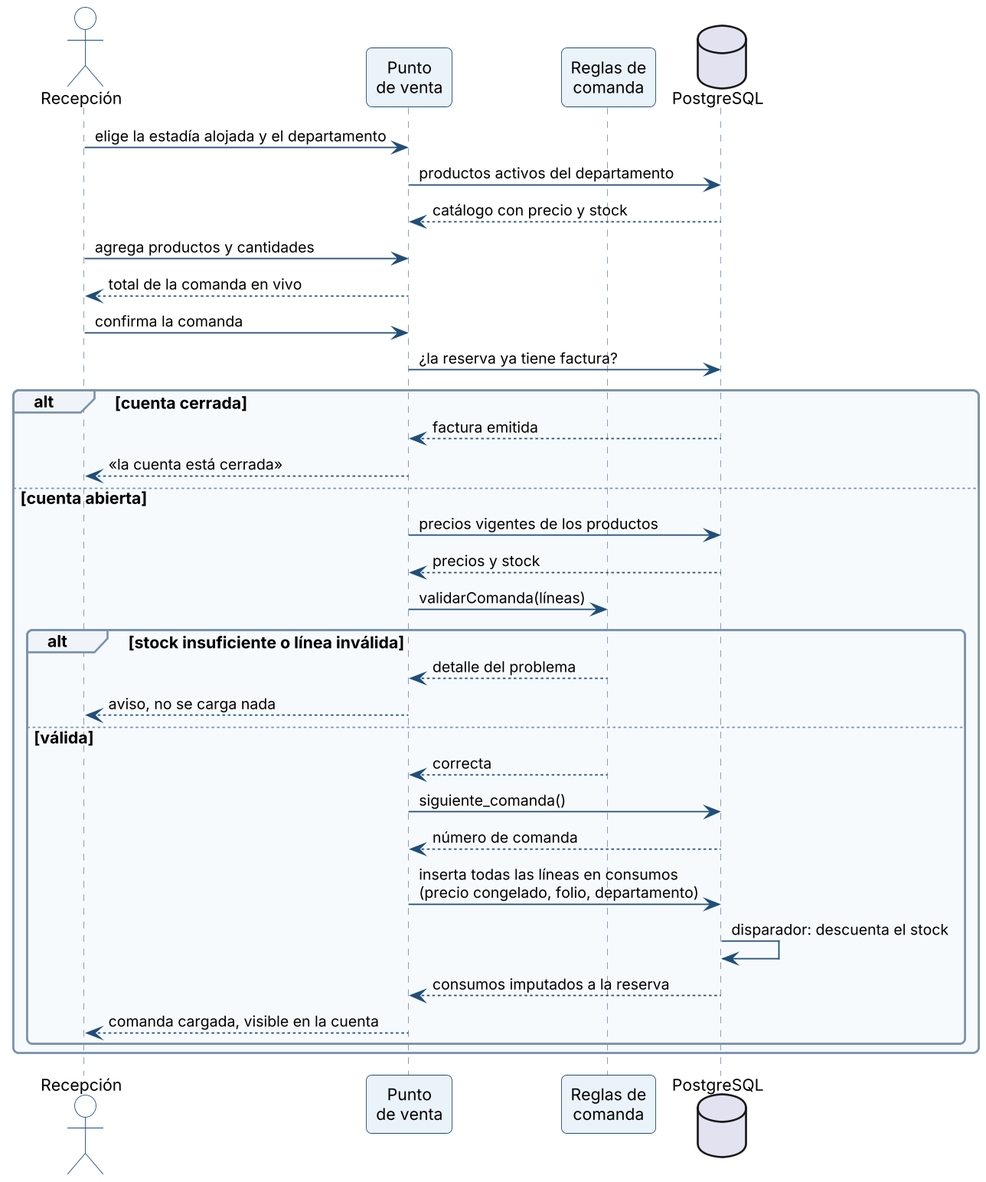
blanca-patagonia/BlancaPatagoniaHotelApp keeps this PlantUML diagram as docs/1-tesis/figuras/diagramas/cu03-secuencia.png. Above is the earlier version.
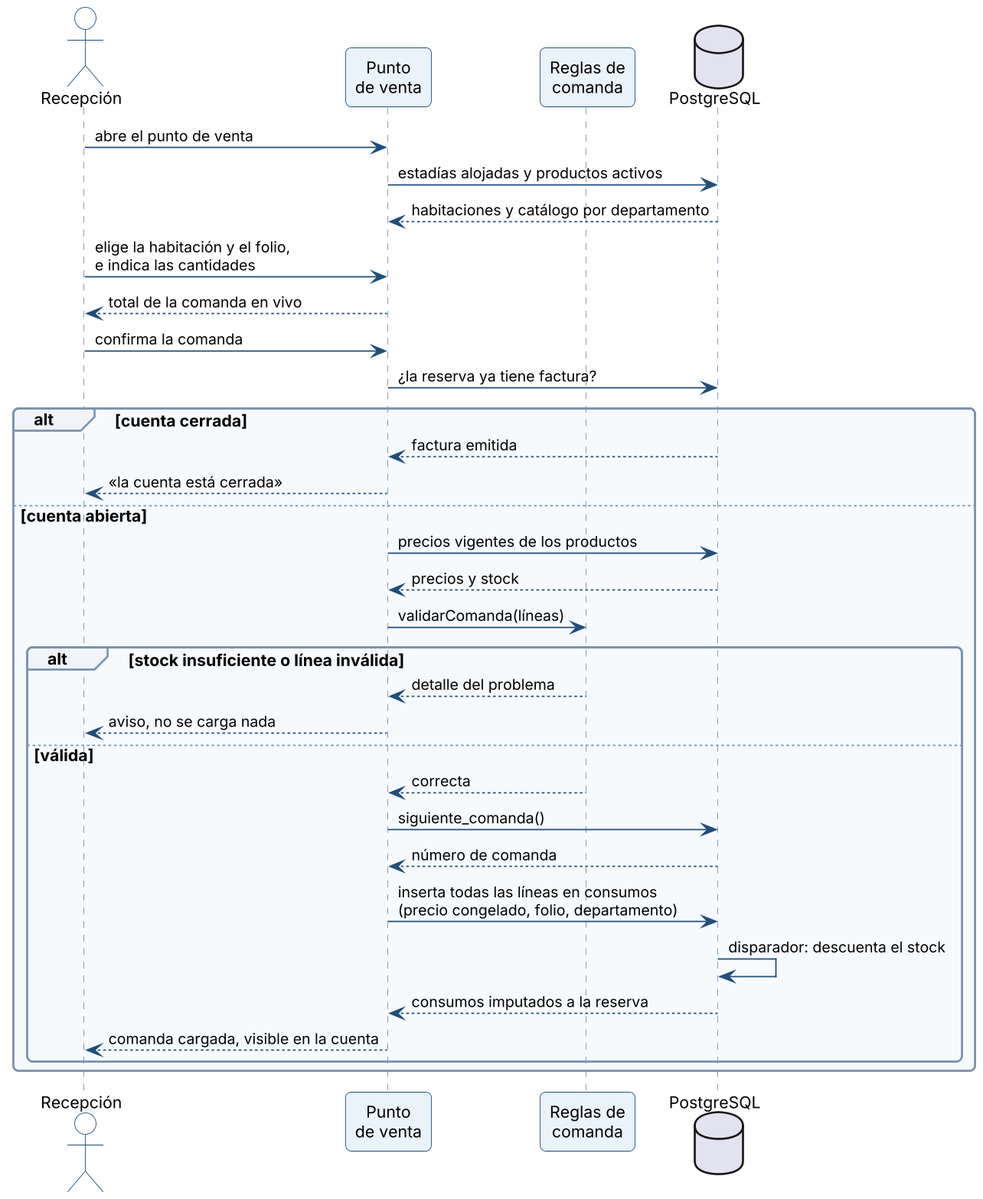
Above is the later version.

Diff of the diagram source:
```diff
@@ -4,10 +4,10 @@
 participant "Punto\nde venta" as PV
 participant "Reglas de\ncomanda" as RG
 database "PostgreSQL" as B
-R -> PV : elige la estadía alojada y el departamento
-PV -> B : productos activos del departamento
-B --> PV : catálogo con precio y stock
-R -> PV : agrega productos y cantidades
+R -> PV : abre el punto de venta
+PV -> B : estadías alojadas y productos activos
+B --> PV : habitaciones y catálogo por departamento
+R -> PV : elige la habitación y el folio,\ne indica las cantidades
 PV --> R : total de la comanda en vivo
 R -> PV : confirma la comanda
 PV -> B : ¿la reserva ya tiene factura?
```
